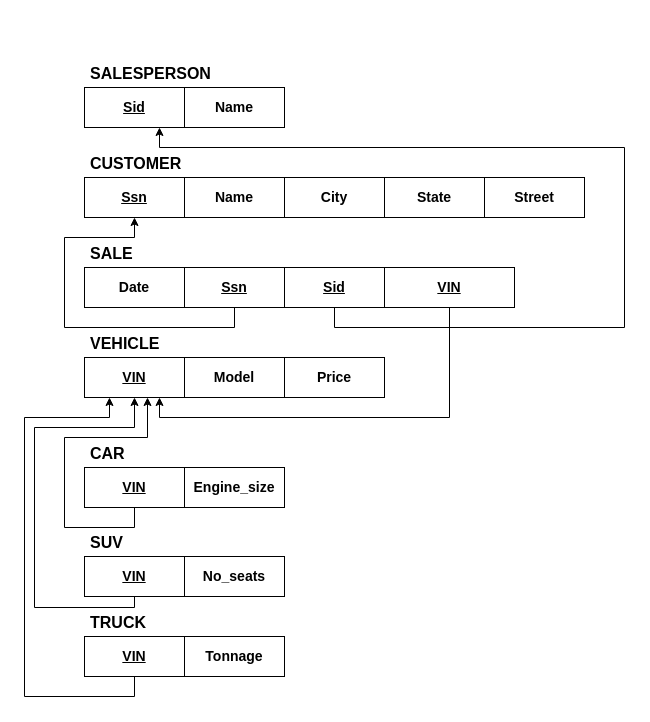
HAZberi/ensf-608-assignment1-eerd keeps this draw.io diagram as page "Exercise2A" (2 of 6) of EERD and Relational Schema.drawio. Above is the earlier version. Source tidied: cells renumbered, new cells numbered last; positions are measured from the earlier drawing's top-left corner, leaving out a move shared by most shapes. Both pictures are drawn from the tidied source at 100%, with x=0, y=0 at pixel (24, 57).
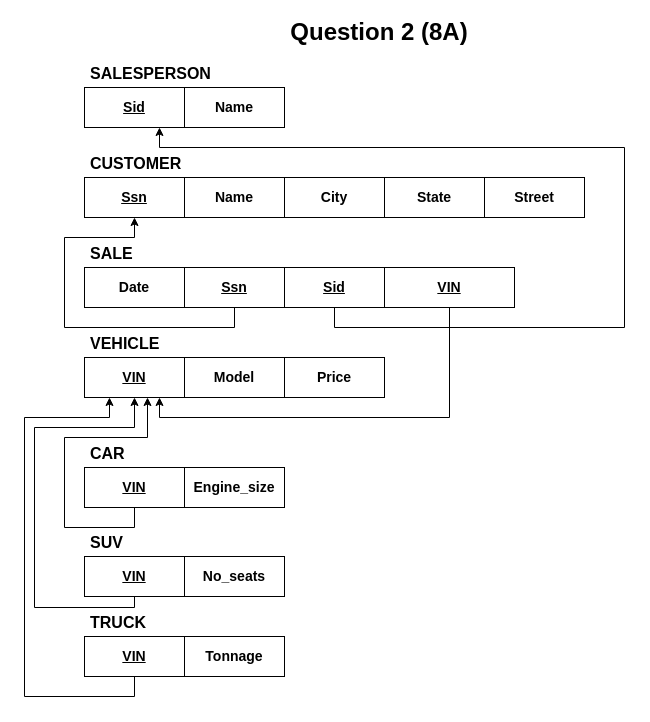
Above is the later version.

The edit, as a diff of the source:
```diff
@@
+    <mxCell id="42" value="&lt;font style=&quot;font-size: 24px;&quot;&gt;&lt;b&gt;Question 2 (8A)&lt;br&gt;&lt;/b&gt;&lt;/font&gt;" style="text;html=1;strokeColor=none;fillColor=none;align=center;verticalAlign=middle;whiteSpace=wrap;rounded=0;" parent="1" vertex="1">
+      <mxGeometry x="250" y="-40" width="210" height="30" as="geometry" />
+    </mxCell>
```
